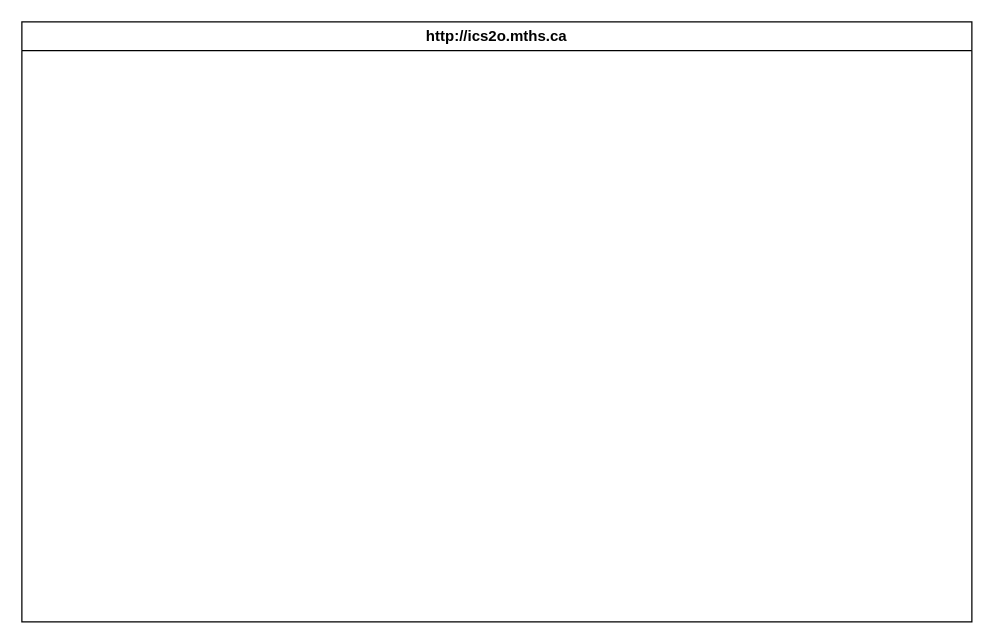
The draw.io diagram design/storyboard.drawio in MTHS-ICS2O-2-2022/ICS2O-Unit-6-02-Bonnie-Zhu, before the edit. Source tidied: cells renumbered, new cells numbered last; positions are measured from the earlier drawing's top-left corner, leaving out a move shared by most shapes. Both pictures are drawn from the tidied source at 125%, with x=0, y=0 at pixel (21, 21). Pictures stored in the file or linked from it are replaced by grey dashed boxes.
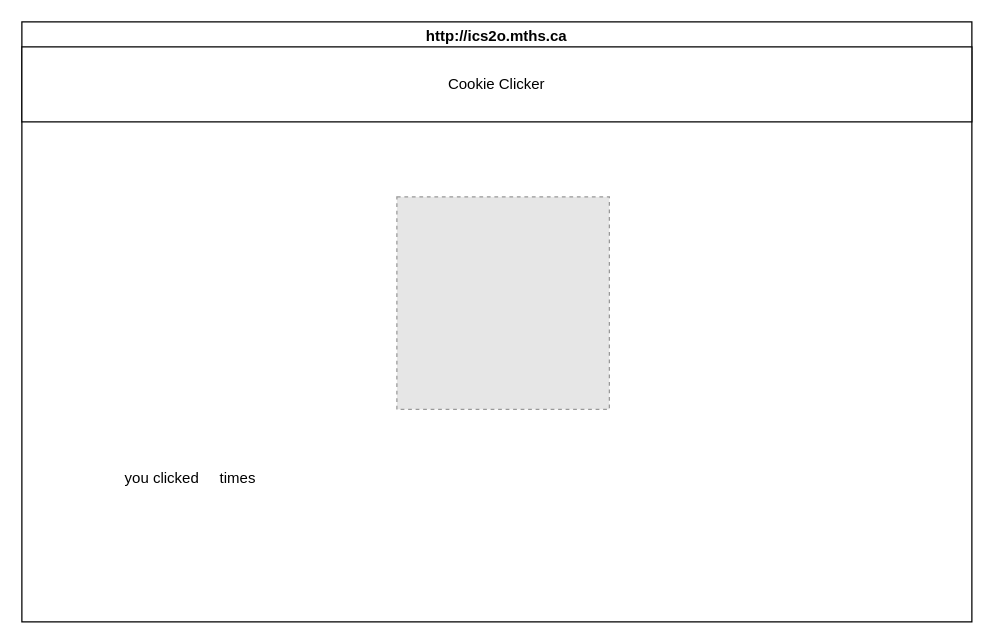
After the change.

What changed in the source:
```diff
@@
 <mxGraphModel>
   <root>
     <mxCell id="0" />
     <mxCell id="1" parent="0" />
     <mxCell id="2" value="http://ics2o.mths.ca" style="swimlane;whiteSpace=wrap;html=1;" parent="1" vertex="1">
       <mxGeometry width="760" height="480" as="geometry" />
     </mxCell>
+    <mxCell id="3" style="fillColor=#E6E6E6;strokeColor=#999999;dashed=1;verticalLabelPosition=bottom;labelBackgroundColor=default;verticalAlign=top;" parent="2" vertex="1">
+      <mxGeometry x="300" y="140" width="170" height="170" as="geometry" />
+    </mxCell>
+    <mxCell id="4" value="Cookie Clicker" style="rounded=0;whiteSpace=wrap;html=1;" parent="2" vertex="1">
+      <mxGeometry y="20" width="760" height="60" as="geometry" />
+    </mxCell>
+    <mxCell id="5" value="you clicked&amp;nbsp; &amp;nbsp; &amp;nbsp;times" style="text;html=1;strokeColor=none;fillColor=none;align=center;verticalAlign=middle;whiteSpace=wrap;rounded=0;" parent="2" vertex="1">
+      <mxGeometry x="70" y="350" width="130" height="30" as="geometry" />
+    </mxCell>
   </root>
 </mxGraphModel>
```
